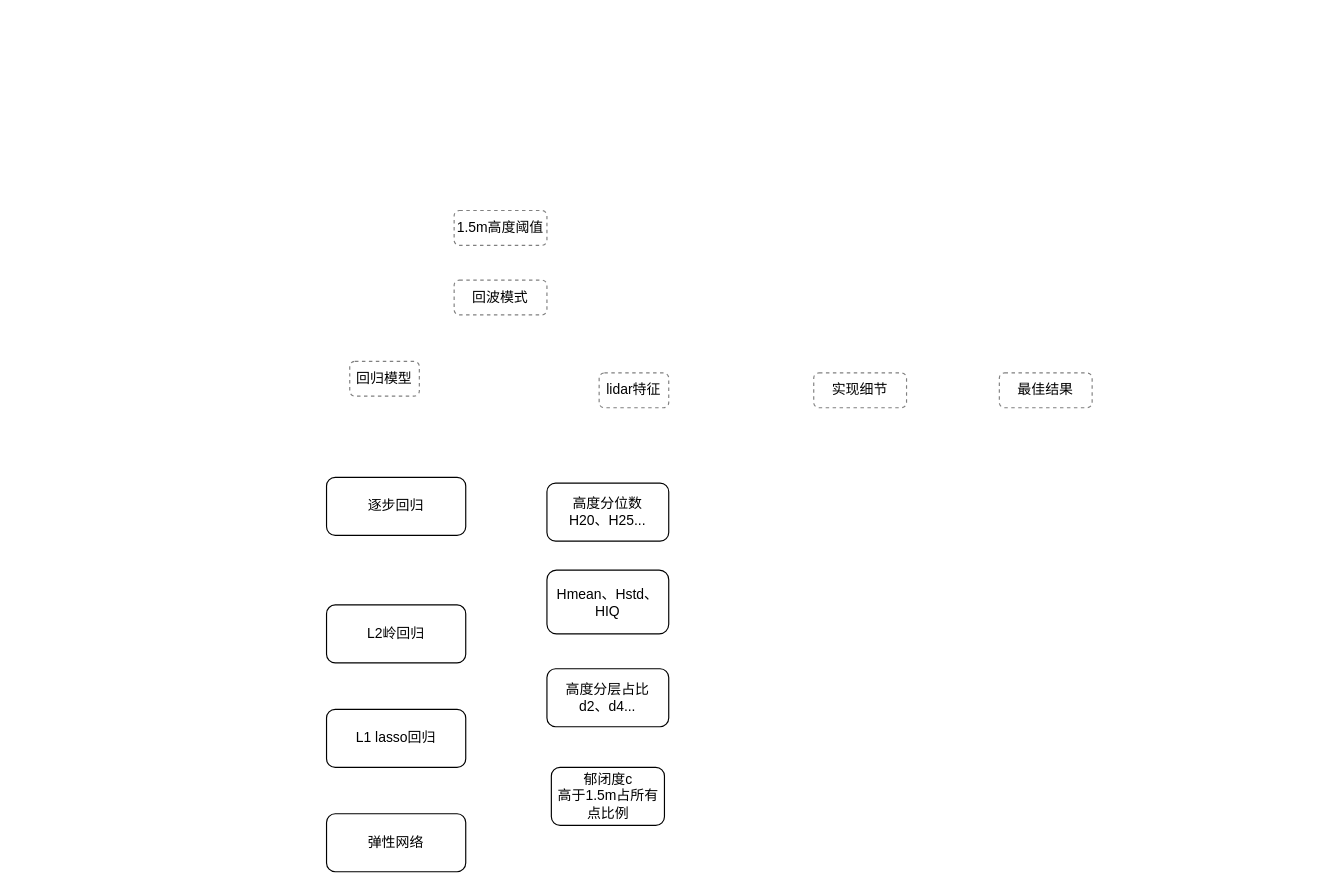
phemixluo/mydrawio keeps this draw.io diagram as 第一阶段建模261122.drawio. Above is the earlier version. Source tidied: cells renumbered, new cells numbered last; positions are measured from the earlier drawing's top-left corner, leaving out a move shared by most shapes. Both pictures are drawn from the tidied source at 116%, with x=0, y=0 at pixel (326, 210).
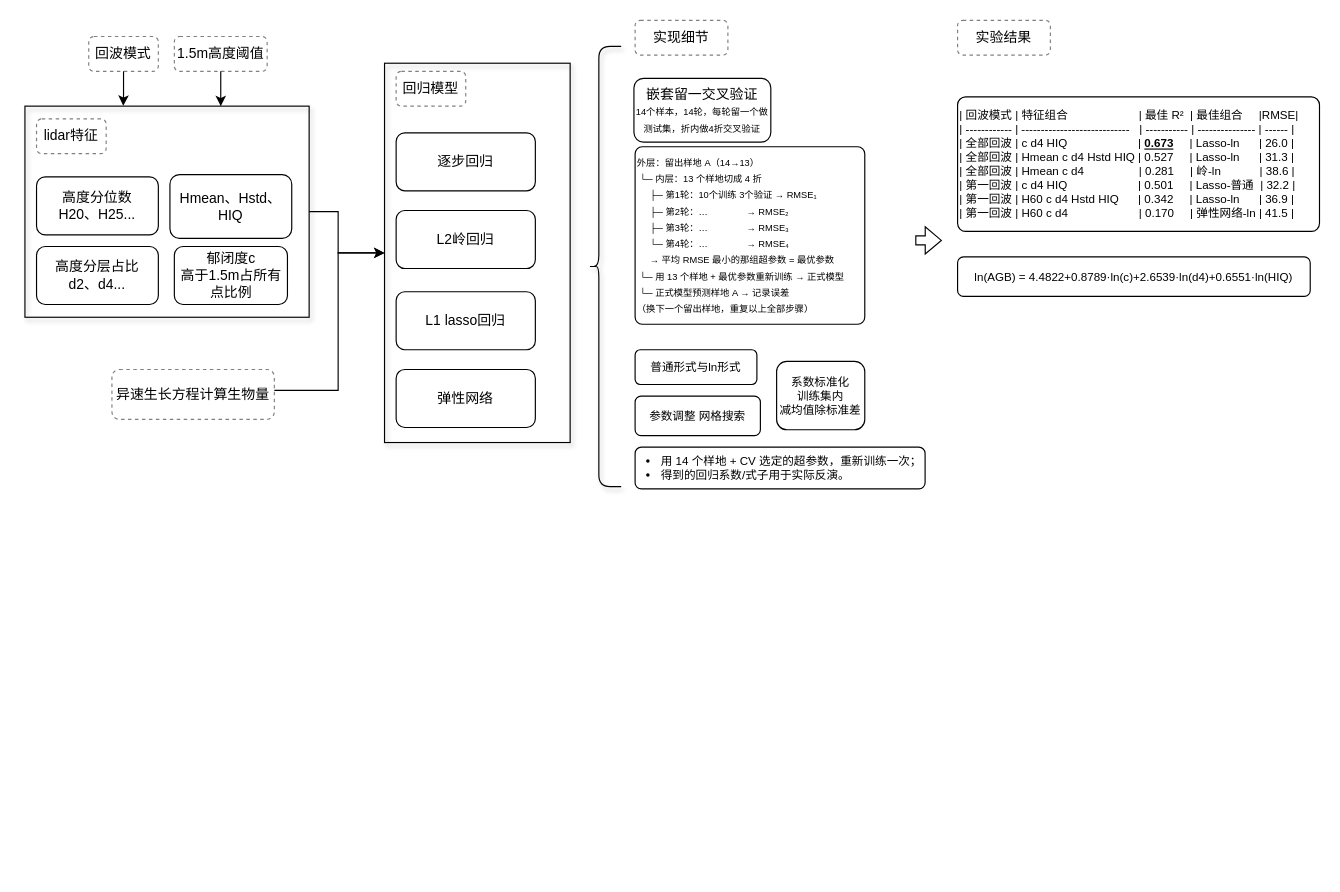
Above is the later version.

Commit message:
更新第一阶段建模261122.drawio

Diff of the diagram source:
```diff
@@
+    <mxCell id="8" value="1.5m高度阈值" style="rounded=1;whiteSpace=wrap;html=1;strokeWidth=1;fillWeight=4;hachureGap=8;hachureAngle=45;fillColor=none;strokeColor=#808080;multiple=0;glass=0;shadow=0;roundedPerimeter=1;dashed=1;fontSize=12;" parent="1" vertex="1">
+      <mxGeometry x="-131.2" y="-150" width="80" height="30" as="geometry" />
+    </mxCell>
+    <mxCell id="16" style="edgeStyle=orthogonalEdgeStyle;rounded=0;jettySize=auto;html=1;defaultLabelBackgroundColor=page;labelPadding=0 4;entryX=0.346;entryY=-0.002;entryDx=0;entryDy=0;entryPerimeter=0;" parent="1" edge="1" source="9" target="21">
+      <mxGeometry x="-0.13" relative="1" as="geometry" />
+    </mxCell>
+    <mxCell id="9" value="回波模式" style="rounded=1;whiteSpace=wrap;html=1;strokeWidth=1;fillWeight=4;hachureGap=8;hachureAngle=45;fillColor=none;strokeColor=#808080;multiple=0;glass=0;shadow=0;roundedPerimeter=1;dashed=1;fontSize=12;" parent="1" vertex="1">
+      <mxGeometry x="-205" y="-150" width="60" height="30" as="geometry" />
+    </mxCell>
+    <mxCell id="14" value="实验结果" style="rounded=1;whiteSpace=wrap;html=1;strokeWidth=1;fillWeight=4;hachureGap=8;hachureAngle=45;fillColor=none;strokeColor=#808080;multiple=0;glass=0;shadow=0;roundedPerimeter=1;dashed=1;fontSize=12;" parent="1" vertex="1">
+      <mxGeometry x="544" y="-164" width="80" height="30" as="geometry" />
+    </mxCell>
+    <mxCell id="15" value="实现细节" style="rounded=1;whiteSpace=wrap;html=1;strokeWidth=1;fillWeight=4;hachureGap=8;hachureAngle=45;fillColor=none;strokeColor=#808080;multiple=0;glass=0;shadow=0;roundedPerimeter=1;dashed=1;fontSize=12;" parent="1" vertex="1">
+      <mxGeometry x="266" y="-164" width="80" height="30" as="geometry" />
+    </mxCell>
+    <mxCell id="17" style="edgeStyle=orthogonalEdgeStyle;rounded=0;jettySize=auto;html=1;entryX=0;entryY=0.5;entryDx=0;entryDy=0;defaultLabelBackgroundColor=page;labelPadding=0 4;" parent="1" edge="1" source="18" target="24">
+      <mxGeometry relative="1" as="geometry">
+        <Array as="points">
+          <mxPoint x="10" y="155" />
+          <mxPoint x="10" y="36.5" />
+        </Array>
+      </mxGeometry>
+    </mxCell>
+    <mxCell id="18" value="异速生长方程计算生物量" style="rounded=1;whiteSpace=wrap;html=1;strokeWidth=1;fillWeight=4;hachureGap=8;hachureAngle=45;fillColor=none;strokeColor=#808080;multiple=0;glass=0;shadow=0;roundedPerimeter=1;dashed=1;fontSize=12;" parent="1" vertex="1">
+      <mxGeometry x="-185" y="137" width="140" height="43" as="geometry" />
+    </mxCell>
+    <mxCell id="19" style="group;" parent="1" vertex="1">
+      <mxGeometry x="-260" y="-90" width="245" height="182" as="geometry" />
+    </mxCell>
+    <mxCell id="20" style="group;shadow=0;strokeColor=none;dashed=1;" parent="19" vertex="1">
+      <mxGeometry x="10" y="11" width="220" height="171" as="geometry" />
+    </mxCell>
+    <mxCell id="7" value="lidar特征" style="rounded=1;whiteSpace=wrap;html=1;strokeWidth=1;fillWeight=4;hachureGap=8;hachureAngle=45;fillColor=none;strokeColor=#808080;multiple=0;glass=0;shadow=0;roundedPerimeter=1;dashed=1;fontSize=12;" parent="20" vertex="1">
+      <mxGeometry width="60" height="30" as="geometry" />
+    </mxCell>
+    <mxCell id="10" value="&lt;font&gt;高度分位数&lt;br&gt;H20、H25...&lt;/font&gt;" style="rounded=1;whiteSpace=wrap;html=1;roundedPerimeter=1;fontSize=12;" parent="20" vertex="1">
+      <mxGeometry y="50" width="105" height="50" as="geometry" />
+    </mxCell>
+    <mxCell id="11" value="Hmean、Hstd、HIQ" style="rounded=1;whiteSpace=wrap;html=1;roundedPerimeter=1;fontSize=12;" parent="20" vertex="1">
+      <mxGeometry x="115" y="48" width="105" height="55" as="geometry" />
+    </mxCell>
+    <mxCell id="12" value="&lt;font&gt;高度分层占比&lt;br&gt;d2、d4...&lt;/font&gt;" style="rounded=1;whiteSpace=wrap;html=1;roundedPerimeter=1;fontSize=12;" parent="20" vertex="1">
+      <mxGeometry y="110" width="105" height="50" as="geometry" />
+    </mxCell>
+    <mxCell id="13" value="郁闭度c&lt;br&gt;高于1.5m占所有点比例" style="rounded=1;whiteSpace=wrap;html=1;roundedPerimeter=1;fontSize=12;" parent="20" vertex="1">
+      <mxGeometry x="118.8" y="110" width="97.5" height="50" as="geometry" />
+    </mxCell>
+    <mxCell id="21" style="rounded=0;whiteSpace=wrap;html=1;fillColor=none;strokeColor=#000000;glass=0;shadow=1;" parent="19" vertex="1">
+      <mxGeometry width="245" height="182" as="geometry" />
+    </mxCell>
+    <mxCell id="22" style="group;" parent="1" vertex="1">
+      <mxGeometry x="50" y="-127" width="160" height="327" as="geometry" />
+    </mxCell>
+    <mxCell id="23" style="group;" parent="22" vertex="1">
+      <mxGeometry x="10" y="7" width="120" height="307" as="geometry" />
+    </mxCell>
-    <mxCell id="2" value="&lt;font&gt;逐步回归&lt;/font&gt;" style="rounded=1;whiteSpace=wrap;html=1;roundedPerimeter=1;fontSize=12;" parent="1" vertex="1">
-      <mxGeometry y="230" width="120" height="50" as="geometry" />
+    <mxCell id="2" value="&lt;font&gt;逐步回归&lt;/font&gt;" style="rounded=1;whiteSpace=wrap;html=1;roundedPerimeter=1;fontSize=12;" parent="23" vertex="1">
+      <mxGeometry y="53" width="120" height="50" as="geometry" />
     </mxCell>
-    <mxCell id="3" value="&lt;font&gt;L2岭回归&lt;/font&gt;" style="rounded=1;whiteSpace=wrap;html=1;roundedPerimeter=1;fontSize=12;" parent="1" vertex="1">
-      <mxGeometry y="340" width="120" height="50" as="geometry" />
+    <mxCell id="3" value="&lt;font&gt;L2岭回归&lt;/font&gt;" style="rounded=1;whiteSpace=wrap;html=1;roundedPerimeter=1;fontSize=12;" parent="23" vertex="1">
+      <mxGeometry y="120" width="120" height="50" as="geometry" />
     </mxCell>
-    <mxCell id="4" value="&lt;font&gt;L1 lasso回归&lt;/font&gt;" style="rounded=1;whiteSpace=wrap;html=1;roundedPerimeter=1;fontSize=12;" parent="1" vertex="1">
-      <mxGeometry y="430" width="120" height="50" as="geometry" />
+    <mxCell id="4" value="&lt;font&gt;L1 lasso回归&lt;/font&gt;" style="rounded=1;whiteSpace=wrap;html=1;roundedPerimeter=1;fontSize=12;" parent="23" vertex="1">
+      <mxGeometry y="190" width="120" height="50" as="geometry" />
     </mxCell>
-    <mxCell id="5" value="&lt;font&gt;弹性网络&lt;/font&gt;" style="rounded=1;whiteSpace=wrap;html=1;roundedPerimeter=1;fontSize=12;" parent="1" vertex="1">
-      <mxGeometry y="520" width="120" height="50" as="geometry" />
+    <mxCell id="5" value="&lt;font&gt;弹性网络&lt;/font&gt;" style="rounded=1;whiteSpace=wrap;html=1;roundedPerimeter=1;fontSize=12;" parent="23" vertex="1">
+      <mxGeometry y="257" width="120" height="50" as="geometry" />
     </mxCell>
-    <mxCell id="6" value="回归模型" style="rounded=1;whiteSpace=wrap;html=1;strokeWidth=1;fillWeight=4;hachureGap=8;hachureAngle=45;fillColor=none;strokeColor=#808080;multiple=0;glass=0;shadow=0;roundedPerimeter=1;dashed=1;fontSize=12;" parent="1" vertex="1">
-      <mxGeometry x="20" y="130" width="60" height="30" as="geometry" />
+    <mxCell id="6" value="回归模型" style="rounded=1;whiteSpace=wrap;html=1;strokeWidth=1;fillWeight=4;hachureGap=8;hachureAngle=45;fillColor=none;strokeColor=#808080;multiple=0;glass=0;shadow=0;roundedPerimeter=1;dashed=1;fontSize=12;" parent="23" vertex="1">
+      <mxGeometry width="60" height="30" as="geometry" />
     </mxCell>
-    <mxCell id="7" value="lidar特征" style="rounded=1;whiteSpace=wrap;html=1;strokeWidth=1;fillWeight=4;hachureGap=8;hachureAngle=45;fillColor=none;strokeColor=#808080;multiple=0;glass=0;shadow=0;roundedPerimeter=1;dashed=1;fontSize=12;" parent="1" vertex="1">
-      <mxGeometry x="235" y="140" width="60" height="30" as="geometry" />
-    </mxCell>
-    <mxCell id="8" value="1.5m高度阈值" style="rounded=1;whiteSpace=wrap;html=1;strokeWidth=1;fillWeight=4;hachureGap=8;hachureAngle=45;fillColor=none;strokeColor=#808080;multiple=0;glass=0;shadow=0;roundedPerimeter=1;dashed=1;fontSize=12;" parent="1" vertex="1">
-      <mxGeometry x="110" width="80" height="30" as="geometry" />
-    </mxCell>
-    <mxCell id="9" value="回波模式" style="rounded=1;whiteSpace=wrap;html=1;strokeWidth=1;fillWeight=4;hachureGap=8;hachureAngle=45;fillColor=none;strokeColor=#808080;multiple=0;glass=0;shadow=0;roundedPerimeter=1;dashed=1;fontSize=12;" parent="1" vertex="1">
-      <mxGeometry x="110" y="60" width="80" height="30" as="geometry" />
-    </mxCell>
-    <mxCell id="10" value="&lt;font&gt;高度分位数&lt;br&gt;H20、H25...&lt;/font&gt;" style="rounded=1;whiteSpace=wrap;html=1;roundedPerimeter=1;fontSize=12;" parent="1" vertex="1">
-      <mxGeometry x="190" y="235" width="105" height="50" as="geometry" />
-    </mxCell>
-    <mxCell id="11" value="Hmean、Hstd、HIQ" style="rounded=1;whiteSpace=wrap;html=1;roundedPerimeter=1;fontSize=12;" parent="1" vertex="1">
-      <mxGeometry x="190" y="310" width="105" height="55" as="geometry" />
-    </mxCell>
-    <mxCell id="12" value="&lt;font&gt;高度分层占比&lt;br&gt;d2、d4...&lt;/font&gt;" style="rounded=1;whiteSpace=wrap;html=1;roundedPerimeter=1;fontSize=12;" parent="1" vertex="1">
-      <mxGeometry x="190" y="395" width="105" height="50" as="geometry" />
-    </mxCell>
-    <mxCell id="13" value="郁闭度c&lt;br&gt;高于1.5m占所有点比例" style="rounded=1;whiteSpace=wrap;html=1;roundedPerimeter=1;fontSize=12;" parent="1" vertex="1">
-      <mxGeometry x="193.8" y="480" width="97.5" height="50" as="geometry" />
-    </mxCell>
-    <mxCell id="14" value="最佳结果" style="rounded=1;whiteSpace=wrap;html=1;strokeWidth=1;fillWeight=4;hachureGap=8;hachureAngle=45;fillColor=none;strokeColor=#808080;multiple=0;glass=0;shadow=0;roundedPerimeter=1;dashed=1;fontSize=12;" parent="1" vertex="1">
-      <mxGeometry x="580" y="140" width="80" height="30" as="geometry" />
-    </mxCell>
-    <mxCell id="15" value="实现细节" style="rounded=1;whiteSpace=wrap;html=1;strokeWidth=1;fillWeight=4;hachureGap=8;hachureAngle=45;fillColor=none;strokeColor=#808080;multiple=0;glass=0;shadow=0;roundedPerimeter=1;dashed=1;fontSize=12;" parent="1" vertex="1">
-      <mxGeometry x="420" y="140" width="80" height="30" as="geometry" />
-    </mxCell>
+    <mxCell id="24" style="rounded=0;whiteSpace=wrap;html=1;fillColor=none;strokeColor=#000000;glass=0;shadow=1;" parent="22" vertex="1">
+      <mxGeometry width="160" height="327" as="geometry" />
+    </mxCell>
+    <mxCell id="25" style="edgeStyle=orthogonalEdgeStyle;rounded=0;jettySize=auto;html=1;entryX=0;entryY=0.5;entryDx=0;entryDy=0;defaultLabelBackgroundColor=page;labelPadding=0 4;flowAnimation=0;curved=0;" parent="1" edge="1" source="21" target="24">
+      <mxGeometry relative="1" as="geometry">
+        <Array as="points">
+          <mxPoint x="10" y="1" />
+          <mxPoint x="10" y="36.5" />
+        </Array>
+      </mxGeometry>
+    </mxCell>
+    <mxCell id="26" style="edgeStyle=orthogonalEdgeStyle;rounded=0;jettySize=auto;html=1;entryX=0.689;entryY=0;entryDx=0;entryDy=0;entryPerimeter=0;defaultLabelBackgroundColor=page;labelPadding=0 4;" parent="1" edge="1" source="8" target="21">
+      <mxGeometry relative="1" as="geometry" />
+    </mxCell>
+    <mxCell id="27" value="&lt;p&gt;嵌套留一交叉验证&lt;br&gt;&lt;font style=&quot;font-size: 8px;&quot;&gt;14个样本，14轮，每轮留一个做测试集，折内做4折交叉验证&lt;/font&gt;&lt;/p&gt;" style="rounded=1;whiteSpace=wrap;html=1;roundedPerimeter=1;" parent="1" vertex="1">
+      <mxGeometry x="265" y="-114" width="118" height="55" as="geometry" />
+    </mxCell>
+    <mxCell id="28" value="&lt;div style=&quot;line-height: 100%;&quot;&gt;&lt;p style=&quot;text-align: justify;&quot;&gt;&lt;font style=&quot;font-size: 8px;&quot;&gt;外层：留出样地 A（14→13）&lt;/font&gt;&lt;/p&gt;&lt;p style=&quot;text-align: justify;&quot;&gt;&lt;font style=&quot;font-size: 8px;&quot;&gt;&amp;nbsp;└─ 内层：13 个样地切成 4 折&lt;/font&gt;&lt;/p&gt;&lt;p style=&quot;text-align: justify;&quot;&gt;&lt;font style=&quot;font-size: 8px;&quot;&gt;&amp;nbsp; &amp;nbsp; &amp;nbsp;├─ 第1轮：10个训练 3个验证 → RMSE₁&lt;/font&gt;&lt;/p&gt;&lt;p style=&quot;text-align: justify;&quot;&gt;&lt;font style=&quot;font-size: 8px;&quot;&gt;&amp;nbsp; &amp;nbsp; &amp;nbsp;├─ 第2轮：…&amp;nbsp; &amp;nbsp; &amp;nbsp; &amp;nbsp; &amp;nbsp; &amp;nbsp; &amp;nbsp; &amp;nbsp;→ RMSE₂&lt;/font&gt;&lt;/p&gt;&lt;p style=&quot;text-align: justify;&quot;&gt;&lt;font style=&quot;font-size: 8px;&quot;&gt;&amp;nbsp; &amp;nbsp; &amp;nbsp;├─ 第3轮：…&amp;nbsp; &amp;nbsp; &amp;nbsp; &amp;nbsp; &amp;nbsp; &amp;nbsp; &amp;nbsp; &amp;nbsp;→ RMSE₃&lt;/font&gt;&lt;/p&gt;&lt;p style=&quot;text-align: justify;&quot;&gt;&lt;font style=&quot;font-size: 8px;&quot;&gt;&amp;nbsp; &amp;nbsp; &amp;nbsp;└─ 第4轮：…&amp;nbsp; &amp;nbsp; &amp;nbsp; &amp;nbsp; &amp;nbsp; &amp;nbsp; &amp;nbsp; &amp;nbsp;→ RMSE₄&lt;/font&gt;&lt;/p&gt;&lt;p style=&quot;text-align: justify;&quot;&gt;&lt;font style=&quot;font-size: 8px;&quot;&gt;&amp;nbsp; &amp;nbsp; &amp;nbsp;→ 平均 RMSE 最小的那组超参数 = 最优参数&lt;/font&gt;&lt;/p&gt;&lt;p style=&quot;text-align: justify;&quot;&gt;&lt;font style=&quot;font-size: 8px;&quot;&gt;&amp;nbsp;└─ 用 13 个样地 + 最优参数重新训练 → 正式模型&lt;/font&gt;&lt;/p&gt;&lt;p style=&quot;text-align: justify;&quot;&gt;&lt;font style=&quot;font-size: 8px;&quot;&gt;&amp;nbsp;└─ 正式模型预测样地 A → 记录误差&lt;/font&gt;&lt;/p&gt;&lt;p style=&quot;text-align: justify;&quot;&gt;&lt;font style=&quot;font-size: 8px;&quot;&gt;（换下一个留出样地，重复以上全部步骤）&lt;/font&gt;&lt;/p&gt;&lt;/div&gt;" style="rounded=1;whiteSpace=wrap;html=1;roundedPerimeter=1;align=left;fontSize=7;arcSize=4;autosizeText=0;spacing=2;" parent="1" vertex="1">
+      <mxGeometry x="266" y="-55" width="198" height="153" as="geometry" />
+    </mxCell>
+    <mxCell id="29" value="&lt;p&gt;普通形式与ln形式&lt;/p&gt;" style="rounded=1;whiteSpace=wrap;html=1;roundedPerimeter=1;fontSize=10;" parent="1" vertex="1">
+      <mxGeometry x="266" y="120" width="105" height="30" as="geometry" />
+    </mxCell>
+    <mxCell id="30" value="&lt;p&gt;系数标准化&lt;br&gt;训练集内&lt;br&gt;减均值除标准差&lt;/p&gt;" style="rounded=1;whiteSpace=wrap;html=1;roundedPerimeter=1;fontSize=10;" parent="1" vertex="1">
+      <mxGeometry x="388" y="130" width="76" height="59" as="geometry" />
+    </mxCell>
+    <mxCell id="31" value="&lt;p&gt;&lt;/p&gt;&lt;ul dir=&quot;auto&quot; style=&quot;box-sizing: border-box; border: 0px solid rgba(13, 13, 13, 0.1); margin: 0px 0px 16px; padding: 0px 0px 0px 16px; outline-color: rgba(13, 13, 13, 0.5); list-style: disc; margin-block: 0px; flex-direction: column; gap: 4px; padding-inline-start: 20px; display: flex; text-align: start; white-space: pre-line;&quot;&gt;&lt;li class=&quot;text-start&quot; style=&quot;font-family: inherit; font-style: inherit; font-variant: inherit; font-weight: inherit; font-stretch: inherit; line-height: inherit; font-optical-sizing: inherit; font-size-adjust: inherit; font-kerning: inherit; font-feature-settings: inherit; font-variation-settings: inherit; font-language-override: inherit; box-sizing: border-box; border: 0px solid rgba(13, 13, 13, 0.1); outline-color: rgba(13, 13, 13, 0.5); padding-inline-start: 0.375em; margin-block: 0px; padding: 0px; letter-spacing: inherit; margin: 0px;&quot;&gt;&lt;font&gt;&lt;span style=&quot;box-sizing: border-box; border: 0px solid rgba(13, 13, 13, 0.1); margin: 0px; padding: 0px; outline-color: rgba(13, 13, 13, 0.5); --tw-font-weight: 500;&quot;&gt;用 14 个样地 + CV 选定的超参数&lt;/span&gt;&lt;span style=&quot;box-sizing: border-box; border: 0px solid rgba(13, 13, 13, 0.1); margin: 0px; padding: 0px; outline-color: rgba(13, 13, 13, 0.5);&quot;&gt;，重新训练一次；&lt;/span&gt;&lt;/font&gt;&lt;/li&gt;&lt;/ul&gt;&lt;ul dir=&quot;auto&quot; style=&quot;box-sizing: border-box; border: 0px solid rgba(13, 13, 13, 0.1); margin: 0px 0px 16px; padding: 0px 0px 0px 16px; outline-color: rgba(13, 13, 13, 0.5); list-style: disc; margin-block: 0px; flex-direction: column; gap: 4px; padding-inline-start: 20px; display: flex; text-align: start; white-space: pre-line;&quot;&gt;&lt;li class=&quot;text-start&quot; style=&quot;font-style: inherit; font-variant: inherit; font-weight: inherit; font-stretch: inherit; line-height: inherit; font-optical-sizing: inherit; font-size-adjust: inherit; font-kerning: inherit; font-feature-settings: inherit; font-variation-settings: inherit; font-language-override: inherit; box-sizing: border-box; border: 0px solid rgba(13, 13, 13, 0.1); outline-color: rgba(13, 13, 13, 0.5); padding-inline-start: 0.375em; margin-block: 0px; padding: 0px; letter-spacing: inherit; margin: 0px;&quot;&gt;&lt;span style=&quot;box-sizing: border-box; border: 0px solid rgba(13, 13, 13, 0.1); margin: 0px; padding: 0px; outline-color: rgba(13, 13, 13, 0.5);&quot;&gt;&lt;font face=&quot;Helvetica&quot;&gt;得到的回归系数/式子用于实际反演。&lt;/font&gt;&lt;/span&gt;&lt;/li&gt;&lt;/ul&gt;&lt;p&gt;&lt;/p&gt;&lt;p&gt;&lt;/p&gt;&lt;p&gt;&lt;/p&gt;" style="rounded=1;whiteSpace=wrap;html=1;roundedPerimeter=1;fontSize=10;fontColor=#000000;" parent="1" vertex="1">
+      <mxGeometry x="266" y="204" width="250" height="36" as="geometry" />
+    </mxCell>
+    <mxCell id="32" style="shape=curlyBracket;whiteSpace=wrap;html=1;rounded=1;labelPosition=left;verticalLabelPosition=middle;align=right;verticalAlign=middle;labelPerimeter=1;strokeWidth=1;size=0.3125;shadow=1;multiple=0;" parent="1" vertex="1">
+      <mxGeometry x="226" y="-141.5" width="28" height="379.5" as="geometry" />
+    </mxCell>
+    <mxCell id="33" value="&lt;p&gt;&lt;span style=&quot;background-color: transparent; color: light-dark(#000000, var(--ge-light-color, #ffffff));&quot;&gt;参数调整&amp;nbsp;&lt;/span&gt;网格搜索&lt;/p&gt;" style="rounded=1;whiteSpace=wrap;html=1;roundedPerimeter=1;fontSize=10;" parent="1" vertex="1">
+      <mxGeometry x="266" y="160" width="108" height="34" as="geometry" />
+    </mxCell>
+    <mxCell id="34" value="&lt;div&gt;| 回波模式 | 特征组合&amp;nbsp; &amp;nbsp; &amp;nbsp; &amp;nbsp; &amp;nbsp; &amp;nbsp; &amp;nbsp; &amp;nbsp; &amp;nbsp; &amp;nbsp; &amp;nbsp; | 最佳 R²&amp;nbsp; | 最佳组合&amp;nbsp; &amp;nbsp; &amp;nbsp;|RMSE|&lt;br&gt;| ------------ | ----------------------------&amp;nbsp; &amp;nbsp;| ----------- | --------------- | ------ |&lt;br&gt;| 全部回波 | c d4 HIQ&amp;nbsp; &amp;nbsp; &amp;nbsp; &amp;nbsp; &amp;nbsp; &amp;nbsp; &amp;nbsp; &amp;nbsp; &amp;nbsp; &amp;nbsp; &amp;nbsp; | &lt;b&gt;&lt;u&gt;0.673&lt;/u&gt;&amp;nbsp;&lt;/b&gt; &amp;nbsp; &amp;nbsp;| Lasso-ln&amp;nbsp; &amp;nbsp; &amp;nbsp; | 26.0 |&lt;br&gt;| 全部回波 | Hmean c d4 Hstd HIQ | 0.527&amp;nbsp; &amp;nbsp; &amp;nbsp;| Lasso-ln&amp;nbsp; &amp;nbsp; &amp;nbsp; | 31.3 |&lt;br&gt;| 全部回波 | Hmean c d4&amp;nbsp; &amp;nbsp; &amp;nbsp; &amp;nbsp; &amp;nbsp; &amp;nbsp; &amp;nbsp; &amp;nbsp; &amp;nbsp;| 0.281&amp;nbsp; &amp;nbsp; &amp;nbsp;| 岭-ln&amp;nbsp; &amp;nbsp; &amp;nbsp; &amp;nbsp; &amp;nbsp; &amp;nbsp; | 38.6 |&lt;br&gt;| 第一回波 | c d4 HIQ&amp;nbsp; &amp;nbsp; &amp;nbsp; &amp;nbsp; &amp;nbsp; &amp;nbsp; &amp;nbsp; &amp;nbsp; &amp;nbsp; &amp;nbsp; &amp;nbsp; | 0.501&amp;nbsp; &amp;nbsp; &amp;nbsp;| Lasso-普通&amp;nbsp; | 32.2 |&lt;br&gt;| 第一回波 | H60 c d4 Hstd HIQ&amp;nbsp; &amp;nbsp; &amp;nbsp; | 0.342&amp;nbsp; &amp;nbsp; &amp;nbsp;| Lasso-ln&amp;nbsp; &amp;nbsp; &amp;nbsp; | 36.9 |&lt;br&gt;| 第一回波 | H60 c d4&amp;nbsp; &amp;nbsp; &amp;nbsp; &amp;nbsp; &amp;nbsp; &amp;nbsp; &amp;nbsp; &amp;nbsp; &amp;nbsp; &amp;nbsp; &amp;nbsp; | 0.170&amp;nbsp; &amp;nbsp; &amp;nbsp;| 弹性网络-ln | 41.5 |&lt;/div&gt;" style="rounded=1;roundedPerimeter=1;fontSize=10;arcSize=6;align=left;labelBorderColor=none;html=1;whiteSpace=wrap;verticalAlign=middle;" parent="1" vertex="1">
+      <mxGeometry x="544" y="-98" width="312" height="116" as="geometry" />
+    </mxCell>
+    <mxCell id="35" value="&lt;div&gt;ln(AGB) = 4.4822&lt;span style=&quot;background-color: transparent; color: light-dark(rgb(0, 0, 0), rgb(237, 237, 237));&quot;&gt;+0.8789·ln(c)&lt;/span&gt;&lt;span style=&quot;background-color: transparent; color: light-dark(rgb(0, 0, 0), rgb(237, 237, 237));&quot;&gt;+2.6539·ln(d4)&lt;/span&gt;&lt;span style=&quot;background-color: transparent; color: light-dark(rgb(0, 0, 0), rgb(237, 237, 237));&quot;&gt;+0.6551·ln(HIQ)&lt;/span&gt;&lt;/div&gt;" style="rounded=1;whiteSpace=wrap;html=1;roundedPerimeter=1;fontSize=10;fontColor=#000000;" parent="1" vertex="1">
+      <mxGeometry x="544" y="40" width="304" height="34" as="geometry" />
+    </mxCell>
+    <mxCell id="36" style="html=1;shadow=0;dashed=0;align=center;verticalAlign=middle;shape=mxgraph.arrows2.arrow;dy=0.67;dx=13.89;notch=0;" parent="1" vertex="1">
+      <mxGeometry x="508" y="14" width="22" height="23.5" as="geometry" />
+    </mxCell>
```
